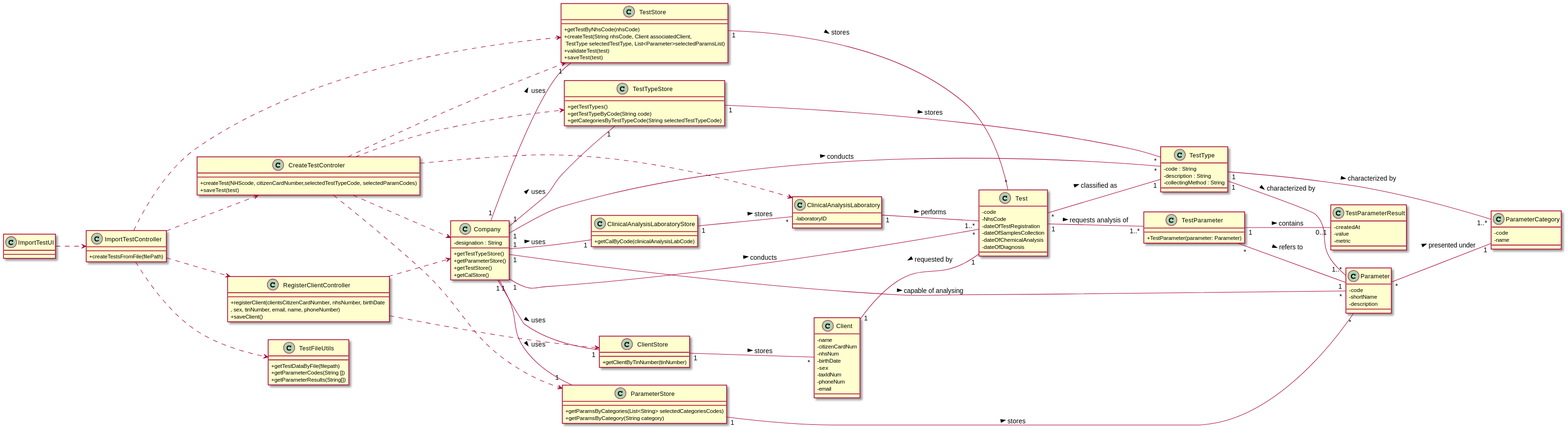
This is docs/SprintD/US_17/US17_CD.svg from ana-albergaria/LAPR2-ISEP, a PlantUML export, as it was before one commit.
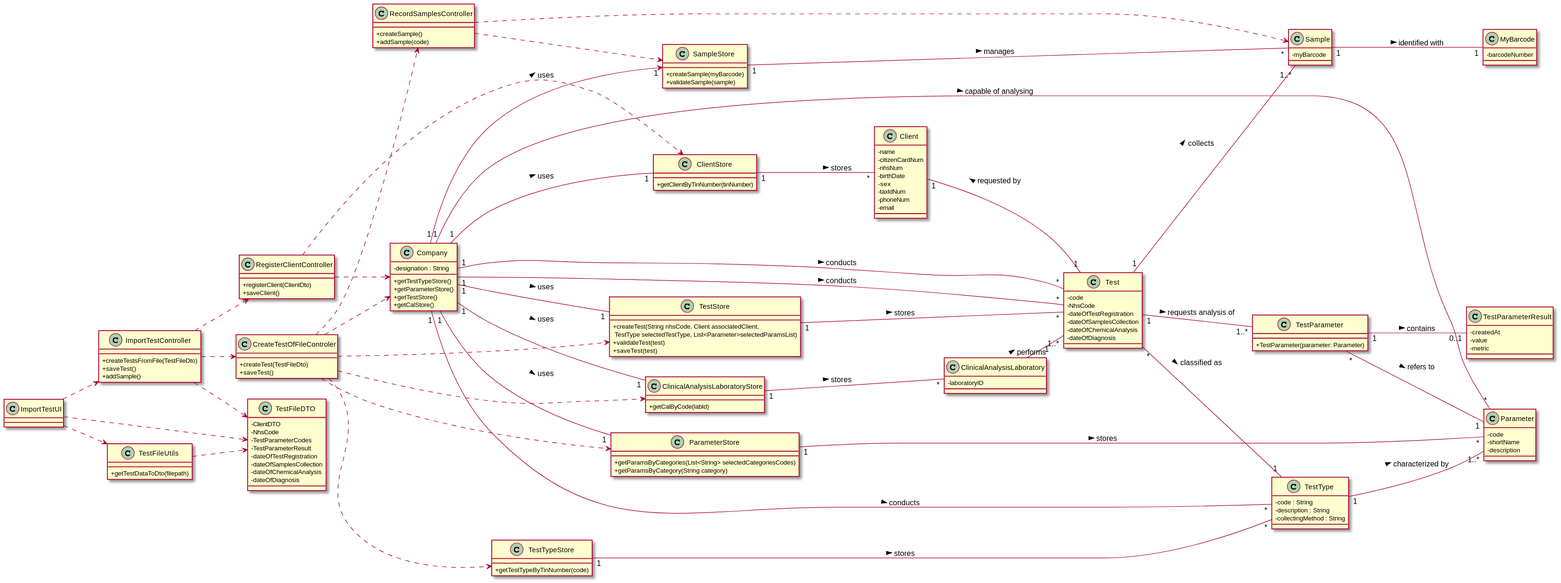
The same diagram one commit later.

The edit, as a diff of the source:
```diff
@@ -9,19 +9,6 @@
         - laboratoryID
         }
 
-        class TestParameter{
-            +TestParameter(parameter: Parameter)
-        }
-        class TestParameterResult{
-        - createdAt
-        - value
-        - metric
-        }
-        class TestType {
-        - code : String
-        - description : String
-        - collectingMethod : String
-        }
 
         class Test{
             - code
@@ -32,11 +19,17 @@
             - dateOfDiagnosis
         }
 
-        class Parameter {
-          -code
-          -shortName
-          -description
+        class TestFileDTO{
+           -ClientDTO
+           -NhsCode
+           -TestParameterCodes
+           -TestParameterResult
+           - dateOfTestRegistration
+           - dateOfSamplesCollection
+           - dateOfChemicalAnalysis
+           - dateOfDiagnosis
         }
+
 
         class Company {
             -designation : String
@@ -45,11 +38,30 @@
             +getTestStore()
             +getCalStore()
         }
+        class TestType {
+            - code : String
+            - description : String
+            - collectingMethod : String
+            }
 
-        class ParameterCategory{
-            -code
-            -name
+        class Sample {
+        -myBarcode
         }
+
+        class Parameter {
+          -code
+          -shortName
+          -description
+        }
+        class TestParameter{
+            +TestParameter(parameter: Parameter)
+        }
+        class TestParameterResult{
+        - createdAt
+        - value
+        - metric
+        }
+
         class Client{
         - name
         - citizenCardNum
@@ -61,90 +73,108 @@
         - email
         }
 
-        class ParameterStore {
-            +getParamsByCategories(List<String> selectedCategoriesCodes)
-            +getParamsByCategory(String category)
+        class MyBarcode {
+        - barcodeNumber
         }
 
-        class TestTypeStore {
-               +getTestTypes()
-               +getTestTypeByCode(String code)
-               +getCategoriesByTestTypeCode(String selectedTestTypeCode)
-            }
 
         class ClientStore {
            +getClientByTinNumber(tinNumber)
         }
 
+        class ParameterStore {
+                +getParamsByCategories(List<String> selectedCategoriesCodes)
+                +getParamsByCategory(String category)
+            }
+
+        class SampleStore {
+            +createSample(myBarcode)
+            +validateSample(sample)
+        }
 
         class TestStore {
-            +getTestByNhsCode(nhsCode)
             +createTest(String nhsCode, Client associatedClient,\n TestType selectedTestType, List<Parameter>selectedParamsList)
             +validateTest(test)
             +saveTest(test)
         }
 
         class ClinicalAnalysisLaboratoryStore {
-            +getCalByCode(clinicalAnalysisLabCode)
+            +getCalByCode(labId)
         }
 
+        class TestTypeStore {
+            +getTestTypeByTinNumber(code)
+            }
 
-    class CreateTestControler{
-    +createTest(NHScode, citizenCardNumber,selectedTestTypeCode, selectedParamCodes)
-    +saveTest(test)
+
+    class CreateTestOfFileControler{
+    +createTest(TestFileDto)
+    +saveTest()
     }
 
     class ImportTestController{
-            +createTestsFromFile(filePath)
+            +createTestsFromFile(TestFileDto)
+            +saveTest()
+            +addSample()
         }
 
     class RegisterClientController {
-      +registerClient(clientsCitizenCardNumber, nhsNumber, birthDate \n, sex, tinNumber, email, name, phoneNumber)
+      +registerClient(ClientDto)
       +saveClient()
+    }
+
+    class RecordSamplesController {
+    +createSample()
+    +addSample(code)
     }
 
 
     class TestFileUtils {
-        +getTestDataByFile(filepath)
-        +getParameterCodes(String [])
-        +getParameterResults(String[])
+        +getTestDataToDto(filepath)
+
     }
 
 
 
 ImportTestUI ..> ImportTestController
-ImportTestController ..> CreateTestControler
+ImportTestUI ..> TestFileUtils
+ImportTestUI ..> TestFileDTO
+TestFileUtils ..> TestFileDTO
+ImportTestController ..> TestFileDTO
+ImportTestController ..> CreateTestOfFileControler
 ImportTestController ..> RegisterClientController
-ImportTestController ..> TestStore
-ImportTestController ..> TestFileUtils
-CreateTestControler ..> Company
-CreateTestControler ..> ParameterStore
-CreateTestControler ..> TestTypeStore
-CreateTestControler ..> ClinicalAnalysisLaboratory
-CreateTestControler ..> TestStore
+CreateTestOfFileControler ..> Company
+CreateTestOfFileControler ..> ClinicalAnalysisLaboratoryStore
+CreateTestOfFileControler ..> ParameterStore
+CreateTestOfFileControler ..> TestTypeStore
+CreateTestOfFileControler ..> TestStore
+CreateTestOfFileControler ..> RecordSamplesController
+Company "1" -- "1" ParameterStore : uses >
+ParameterStore "1" -- "*" Parameter : stores >
 RegisterClientController ..> Company
 RegisterClientController ..> ClientStore
-TestTypeStore "1" -- "*" TestType : stores >
 ClientStore "1" -- "*" Client : stores >
 TestStore "1" -- "*" Test : stores >
-ParameterStore "1" -- "*" Parameter : stores >
 ClinicalAnalysisLaboratoryStore "1" -- "*" ClinicalAnalysisLaboratory : stores >
-Company "1" -- "1" ParameterStore : uses >
-Company "1" -- "1" TestTypeStore : uses >
 Company "1" -- "1" TestStore : uses >
 Company "1" -- "1" ClientStore : uses >
 Company "1" -- "1" ClinicalAnalysisLaboratoryStore : uses >
+Company "1" --- "*" Test : conducts >
+Client "1" -- "1" Test : requested by <
+ClinicalAnalysisLaboratory "1" - "1..*" Test : performs >
 TestType "1" -- "1..*" Parameter : characterized by >
 Company "1" -- "*" TestType : conducts >
-Company "1" --- "*" Test : conducts >
-Company "1" - "*" Parameter : capable of analysing >
+Company "1" -- "*" Test : conducts >
+TestTypeStore "1" -- "*" TestType : stores >
+Company "1" -- "*" Parameter : capable of analysing >
 Test "*" -- "1" TestType : classified as >
 Test "1" -- "1..*" TestParameter : requests analysis of >
 TestParameter "*" -- "1" Parameter : refers to >
 TestParameter "1" -- "0..1" TestParameterResult : contains >
-Client "1" -- "1" Test : requested by <
-Parameter "*" -- "1" ParameterCategory: presented under >
-TestType "1" -- "1..*" ParameterCategory : characterized by >
-ClinicalAnalysisLaboratory "1" - "1..*" Test : performs >
-
+Test"1" -- "1..*" Sample : collects >
+RecordSamplesController ..> Sample
+RecordSamplesController ..> SampleStore
+Company "1" --> "1" SampleStore : uses >
+SampleStore "1" - "*" Sample : manages >
+Sample "1" -- "1" MyBarcode : identified with >
 @enduml
```
